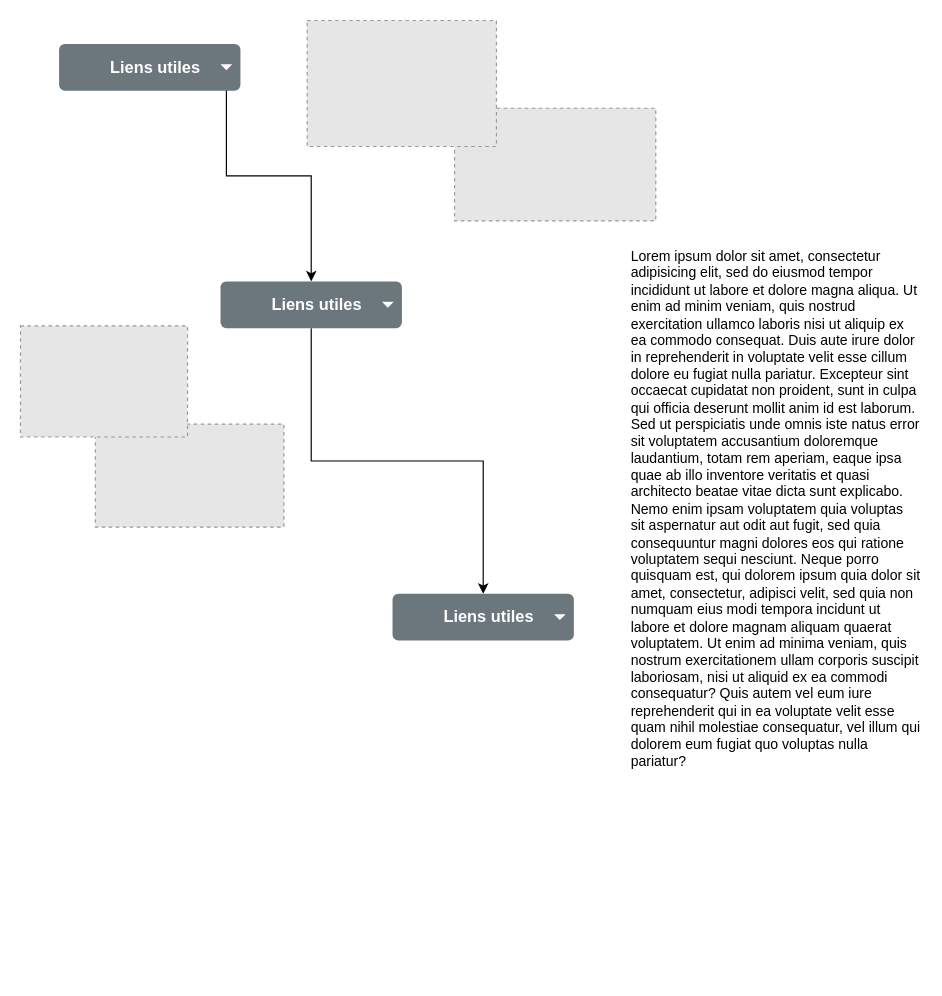
The draw.io diagram page "Liens utiles" (4 of 9) of Untitled Diagram.drawio in awatunis/test, before the edit. Source tidied: cells renumbered, new cells numbered last; positions are measured from the earlier drawing's top-left corner, leaving out a move shared by most shapes. Both pictures are drawn from the tidied source at 117%, with x=0, y=0 at pixel (20, 20). Pictures stored in the file or linked from it are replaced by grey dashed boxes.
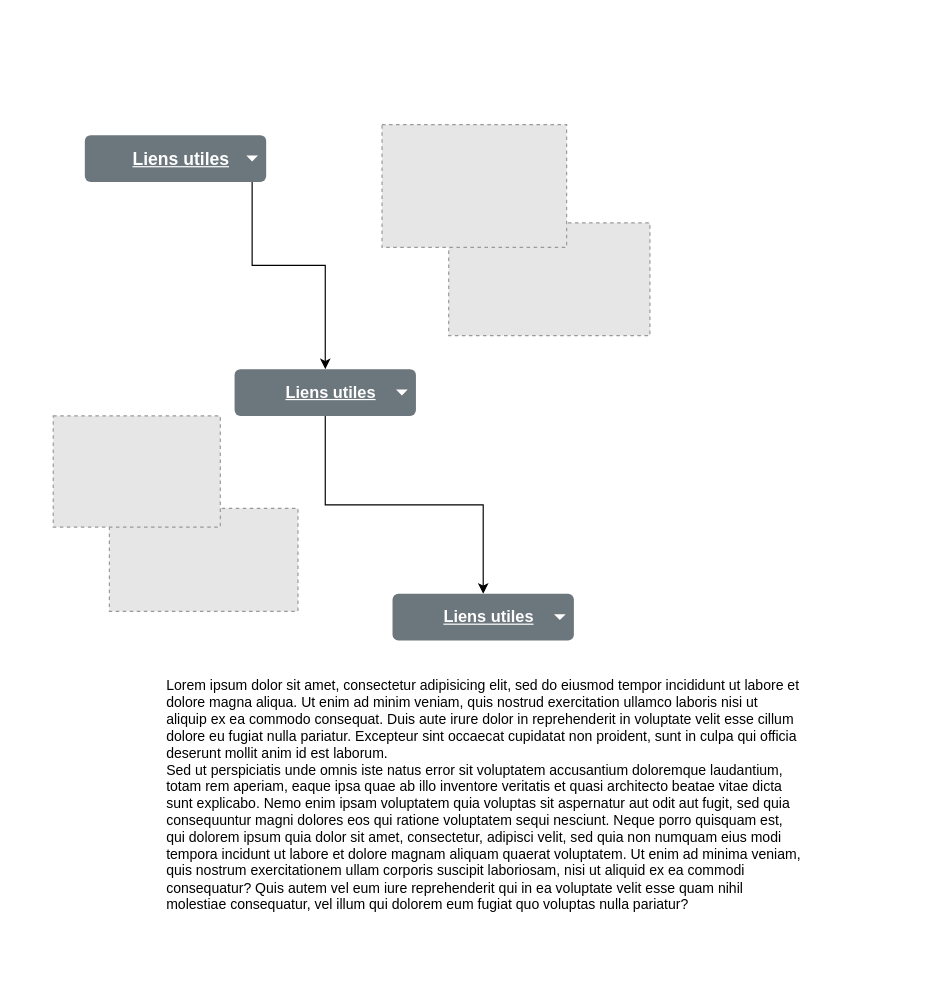
After the change.

Diff of the diagram source:
```diff
@@
 <mxGraphModel>
   <root>
     <mxCell id="0" />
     <mxCell id="1" parent="0" />
     <mxCell id="2" style="edgeStyle=orthogonalEdgeStyle;rounded=0;jettySize=auto;html=1;fontSize=23;fontColor=#C7C7C7;" parent="1" edge="1" source="4" target="6">
       <mxGeometry relative="1" as="geometry" />
     </mxCell>
-    <mxCell id="3" value="&lt;div&gt;&lt;b&gt;Liens utiles&lt;/b&gt;&lt;/div&gt;" style="html=1;shadow=0;dashed=0;shape=mxgraph.bootstrap.rrect;rSize=5;strokeColor=none;strokeWidth=1;fillColor=#6C767D;fontColor=#ffffff;whiteSpace=wrap;align=center;verticalAlign=middle;fontStyle=0;fontSize=14;spacingLeft=10;labelBackgroundColor=none;" parent="1" vertex="1">
-      <mxGeometry x="33" y="20" width="155" height="40" as="geometry" />
+    <mxCell id="3" value="&lt;div&gt;&lt;b&gt;&lt;u&gt;&lt;font style=&quot;font-size: 15px&quot;&gt;Liens utiles&lt;/font&gt;&lt;/u&gt;&lt;/b&gt;&lt;/div&gt;" style="html=1;shadow=0;dashed=0;shape=mxgraph.bootstrap.rrect;rSize=5;strokeColor=none;strokeWidth=1;fillColor=#6C767D;fontColor=#ffffff;whiteSpace=wrap;align=center;verticalAlign=middle;fontStyle=0;fontSize=14;spacingLeft=10;labelBackgroundColor=none;" parent="1" vertex="1">
+      <mxGeometry x="55" y="98" width="155" height="40" as="geometry" />
     </mxCell>
     <mxCell id="4" style="shape=triangle;direction=south;fillColor=#ffffff;strokeColor=none;perimeter=none;" parent="3" vertex="1">
       <mxGeometry x="1" y="0.5" width="10" height="5" relative="1" as="geometry">
         <mxPoint x="-17" y="-2.5" as="offset" />
       </mxGeometry>
     </mxCell>
     <mxCell id="5" style="edgeStyle=orthogonalEdgeStyle;rounded=0;jettySize=auto;html=1;fontSize=23;fontColor=#C7C7C7;" parent="1" edge="1" source="6" target="8">
       <mxGeometry relative="1" as="geometry" />
     </mxCell>
-    <mxCell id="6" value="&lt;div&gt;&lt;b&gt;Liens utiles&lt;/b&gt;&lt;/div&gt;" style="html=1;shadow=0;dashed=0;shape=mxgraph.bootstrap.rrect;rSize=5;strokeColor=none;strokeWidth=1;fillColor=#6C767D;fontColor=#ffffff;whiteSpace=wrap;align=center;verticalAlign=middle;fontStyle=0;fontSize=14;spacingLeft=10;labelBackgroundColor=none;" parent="1" vertex="1">
-      <mxGeometry x="171" y="223" width="155" height="40" as="geometry" />
+    <mxCell id="6" value="&lt;div&gt;&lt;b&gt;&lt;u&gt;Liens utiles&lt;/u&gt;&lt;/b&gt;&lt;/div&gt;" style="html=1;shadow=0;dashed=0;shape=mxgraph.bootstrap.rrect;rSize=5;strokeColor=none;strokeWidth=1;fillColor=#6C767D;fontColor=#ffffff;whiteSpace=wrap;align=center;verticalAlign=middle;fontStyle=0;fontSize=14;spacingLeft=10;labelBackgroundColor=none;" parent="1" vertex="1">
+      <mxGeometry x="183" y="298" width="155" height="40" as="geometry" />
     </mxCell>
     <mxCell id="7" style="shape=triangle;direction=south;fillColor=#ffffff;strokeColor=none;perimeter=none;" parent="6" vertex="1">
       <mxGeometry x="1" y="0.5" width="10" height="5" relative="1" as="geometry">
         <mxPoint x="-17" y="-2.5" as="offset" />
       </mxGeometry>
     </mxCell>
-    <mxCell id="8" value="&lt;div&gt;&lt;b&gt;Liens utiles&lt;/b&gt;&lt;/div&gt;" style="html=1;shadow=0;dashed=0;shape=mxgraph.bootstrap.rrect;rSize=5;strokeColor=none;strokeWidth=1;fillColor=#6C767D;fontColor=#ffffff;whiteSpace=wrap;align=center;verticalAlign=middle;fontStyle=0;fontSize=14;spacingLeft=10;labelBackgroundColor=none;" parent="1" vertex="1">
+    <mxCell id="8" value="&lt;div&gt;&lt;b&gt;&lt;u&gt;Liens utiles&lt;/u&gt;&lt;/b&gt;&lt;/div&gt;" style="html=1;shadow=0;dashed=0;shape=mxgraph.bootstrap.rrect;rSize=5;strokeColor=none;strokeWidth=1;fillColor=#6C767D;fontColor=#ffffff;whiteSpace=wrap;align=center;verticalAlign=middle;fontStyle=0;fontSize=14;spacingLeft=10;labelBackgroundColor=none;" parent="1" vertex="1">
       <mxGeometry x="318" y="490" width="155" height="40" as="geometry" />
     </mxCell>
     <mxCell id="9" style="shape=triangle;direction=south;fillColor=#ffffff;strokeColor=none;perimeter=none;" parent="8" vertex="1">
       <mxGeometry x="1" y="0.5" width="10" height="5" relative="1" as="geometry">
         <mxPoint x="-17" y="-2.5" as="offset" />
       </mxGeometry>
     </mxCell>
     <mxCell id="10" style="fillColor=#E6E6E6;strokeColor=#999999;dashed=1;verticalLabelPosition=bottom;verticalAlign=top;labelBackgroundColor=none;fontSize=23;fontColor=#C7C7C7;align=center;" parent="1" vertex="1">
-      <mxGeometry x="64" y="345" width="161.2" height="88" as="geometry" />
+      <mxGeometry x="76" y="417" width="161.2" height="88" as="geometry" />
     </mxCell>
     <mxCell id="11" style="fillColor=#E6E6E6;strokeColor=#999999;dashed=1;verticalLabelPosition=bottom;verticalAlign=top;labelBackgroundColor=none;fontSize=23;fontColor=#C7C7C7;align=center;" parent="1" vertex="1">
-      <mxGeometry y="261" width="142.8" height="95" as="geometry" />
+      <mxGeometry x="28" y="338" width="142.8" height="95" as="geometry" />
     </mxCell>
     <mxCell id="12" style="fillColor=#E6E6E6;strokeColor=#999999;dashed=1;verticalLabelPosition=bottom;verticalAlign=top;labelBackgroundColor=none;fontSize=23;fontColor=#C7C7C7;align=center;" parent="1" vertex="1">
-      <mxGeometry x="371" y="75" width="172" height="96.3" as="geometry" />
+      <mxGeometry x="366" y="173" width="172" height="96.3" as="geometry" />
     </mxCell>
     <mxCell id="13" style="fillColor=#E6E6E6;strokeColor=#999999;dashed=1;verticalLabelPosition=bottom;verticalAlign=top;labelBackgroundColor=none;fontSize=23;fontColor=#C7C7C7;align=center;" parent="1" vertex="1">
-      <mxGeometry x="245" width="161.8" height="107.7" as="geometry" />
+      <mxGeometry x="309" y="89" width="157.8" height="105" as="geometry" />
     </mxCell>
     <mxCell id="14" value="Lorem ipsum dolor sit amet, consectetur adipisicing elit, sed do eiusmod tempor incididunt ut labore et dolore magna aliqua. Ut enim ad minim veniam, quis nostrud exercitation ullamco laboris nisi ut aliquip ex ea commodo consequat. Duis aute irure dolor in reprehenderit in voluptate velit esse cillum dolore eu fugiat nulla pariatur. Excepteur sint occaecat cupidatat non proident, sunt in culpa qui officia deserunt mollit anim id est laborum.&#10;Sed ut perspiciatis unde omnis iste natus error sit voluptatem accusantium doloremque laudantium, totam rem aperiam, eaque ipsa quae ab illo inventore veritatis et quasi architecto beatae vitae dicta sunt explicabo. Nemo enim ipsam voluptatem quia voluptas sit aspernatur aut odit aut fugit, sed quia consequuntur magni dolores eos qui ratione voluptatem sequi nesciunt. Neque porro quisquam est, qui dolorem ipsum quia dolor sit amet, consectetur, adipisci velit, sed quia non numquam eius modi tempora incidunt ut labore et dolore magnam aliquam quaerat voluptatem. Ut enim ad minima veniam, quis nostrum exercitationem ullam corporis suscipit laboriosam, nisi ut aliquid ex ea commodi consequatur? Quis autem vel eum iure reprehenderit qui in ea voluptate velit esse quam nihil molestiae consequatur, vel illum qui dolorem eum fugiat quo voluptas nulla pariatur?" style="text;spacingTop=-5;whiteSpace=wrap;html=1;align=left;fontSize=12;fontFamily=Helvetica;fillColor=none;strokeColor=none;labelBackgroundColor=none;" parent="1" vertex="1">
-      <mxGeometry x="520" y="193" width="250" height="441" as="geometry" />
+      <mxGeometry x="123" y="560" width="545" height="256" as="geometry" />
     </mxCell>
   </root>
 </mxGraphModel>
```
